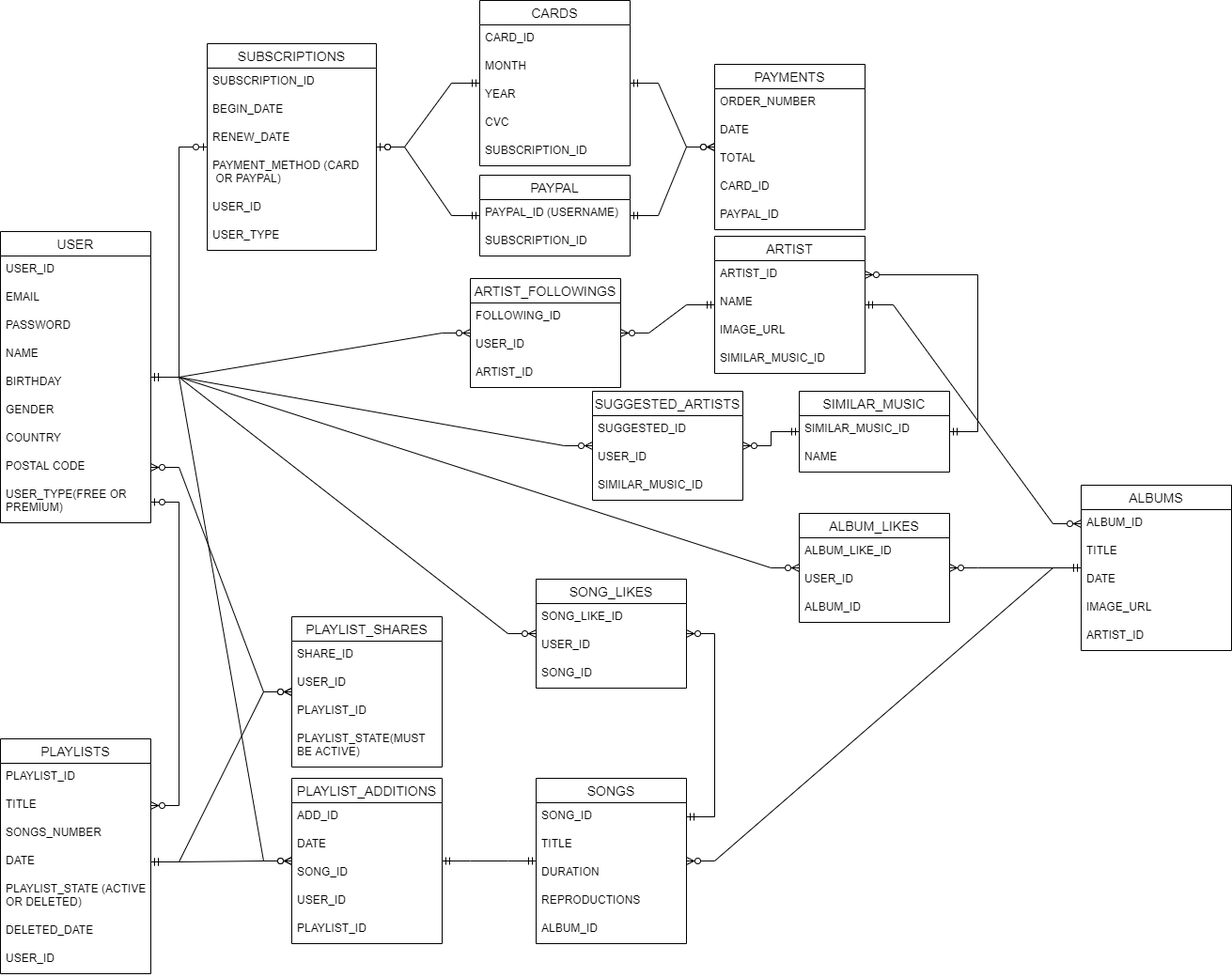
oscarvargas4/itacademy-sprint2-datastructure keeps this draw.io diagram as Estructura de dades - MySQL/spotify/spotify_diagram.png. Above is the earlier version. Source tidied: cells renumbered, new cells last; positions are measured from the earlier drawing's top-left corner, leaving out a move shared by most shapes.
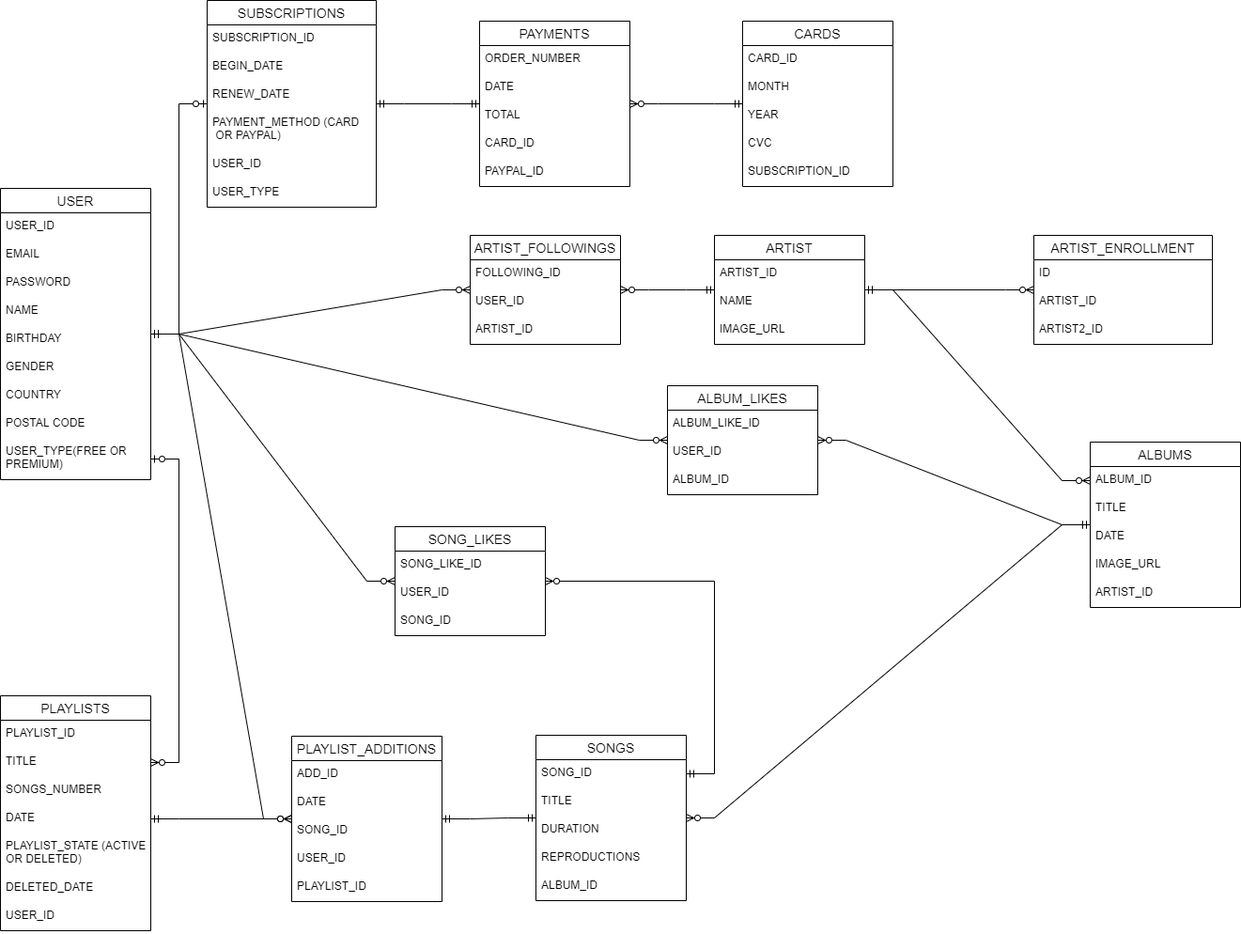
Above is the later version.

Change to the diagram source:
```diff
@@ -54,7 +54,7 @@
       <mxGeometry y="190" width="180" height="30" as="geometry" />
     </mxCell>
     <mxCell id="19" value="PAYMENTS" style="swimlane;fontStyle=0;horizontal=1;startSize=26;align=center;fontSize=14;" parent="1" vertex="1">
-      <mxGeometry x="760" y="68" width="160" height="176" as="geometry" />
+      <mxGeometry x="510" y="68" width="160" height="176" as="geometry" />
     </mxCell>
     <mxCell id="20" value="ORDER_NUMBER" style="text;strokeColor=none;fillColor=none;spacingLeft=4;spacingRight=4;overflow=hidden;fontSize=12;" parent="19" vertex="1">
       <mxGeometry y="26" width="160" height="30" as="geometry" />
@@ -72,7 +72,7 @@
       <mxGeometry y="146" width="160" height="30" as="geometry" />
     </mxCell>
     <mxCell id="25" value="CARDS" style="swimlane;fontStyle=0;horizontal=1;startSize=26;align=center;fontSize=14;" parent="1" vertex="1">
-      <mxGeometry x="510" width="160" height="176" as="geometry" />
+      <mxGeometry x="790" y="68" width="160" height="176" as="geometry" />
     </mxCell>
     <mxCell id="26" value="CARD_ID" style="text;strokeColor=none;fillColor=none;spacingLeft=4;spacingRight=4;overflow=hidden;fontSize=12;" parent="25" vertex="1">
       <mxGeometry y="26" width="160" height="30" as="geometry" />
@@ -89,27 +89,9 @@
     <mxCell id="30" value="SUBSCRIPTION_ID" style="text;strokeColor=none;fillColor=none;spacingLeft=4;spacingRight=4;overflow=hidden;fontSize=12;" parent="25" vertex="1">
       <mxGeometry y="146" width="160" height="30" as="geometry" />
     </mxCell>
-    <mxCell id="31" value="PAYPAL" style="swimlane;fontStyle=0;horizontal=1;startSize=26;align=center;fontSize=14;" parent="1" vertex="1">
-      <mxGeometry x="510" y="186" width="160" height="86" as="geometry" />
-    </mxCell>
-    <mxCell id="32" value="PAYPAL_ID (USERNAME)" style="text;strokeColor=none;fillColor=none;spacingLeft=4;spacingRight=4;overflow=hidden;fontSize=12;" parent="31" vertex="1">
-      <mxGeometry y="26" width="160" height="30" as="geometry" />
-    </mxCell>
-    <mxCell id="33" value="SUBSCRIPTION_ID" style="text;strokeColor=none;fillColor=none;spacingLeft=4;spacingRight=4;overflow=hidden;fontSize=12;" parent="31" vertex="1">
-      <mxGeometry y="56" width="160" height="30" as="geometry" />
-    </mxCell>
-    <mxCell id="34" style="edgeStyle=entityRelationEdgeStyle;fontSize=12;html=1;endArrow=ERzeroToOne;startArrow=ERmandOne;rounded=0;" parent="1" edge="1" source="25" target="12">
-      <mxGeometry relative="1" as="geometry" />
-    </mxCell>
-    <mxCell id="35" style="edgeStyle=entityRelationEdgeStyle;fontSize=12;html=1;endArrow=ERzeroToOne;startArrow=ERmandOne;rounded=0;" parent="1" edge="1" source="31" target="12">
-      <mxGeometry relative="1" as="geometry" />
-    </mxCell>
     <mxCell id="36" style="edgeStyle=entityRelationEdgeStyle;fontSize=12;html=1;endArrow=ERzeroToMany;startArrow=ERmandOne;rounded=0;" parent="1" edge="1" source="25" target="19">
       <mxGeometry relative="1" as="geometry" />
     </mxCell>
-    <mxCell id="37" style="edgeStyle=entityRelationEdgeStyle;fontSize=12;html=1;endArrow=ERzeroToMany;startArrow=ERmandOne;rounded=0;" parent="1" edge="1" source="31" target="19">
-      <mxGeometry relative="1" as="geometry" />
-    </mxCell>
     <mxCell id="38" style="edgeStyle=entityRelationEdgeStyle;fontSize=12;html=1;endArrow=ERzeroToOne;startArrow=ERmandOne;rounded=0;" parent="1" edge="1" source="2" target="12">
       <mxGeometry relative="1" as="geometry" />
     </mxCell>
@@ -140,23 +122,8 @@
     <mxCell id="47" style="edgeStyle=entityRelationEdgeStyle;fontSize=12;html=1;endArrow=ERzeroToMany;startArrow=ERzeroToOne;rounded=0;entryX=1;entryY=0.5;entryDx=0;entryDy=0;" parent="1" edge="1" source="11" target="41">
       <mxGeometry relative="1" as="geometry" />
     </mxCell>
-    <mxCell id="48" value="PLAYLIST_SHARES" style="swimlane;fontStyle=0;horizontal=1;startSize=26;align=center;fontSize=14;" parent="1" vertex="1">
-      <mxGeometry x="310" y="656" width="160" height="160" as="geometry" />
-    </mxCell>
-    <mxCell id="49" value="SHARE_ID" style="text;strokeColor=none;fillColor=none;spacingLeft=4;spacingRight=4;overflow=hidden;fontSize=12;" parent="48" vertex="1">
-      <mxGeometry y="26" width="160" height="30" as="geometry" />
-    </mxCell>
-    <mxCell id="50" value="USER_ID" style="text;strokeColor=none;fillColor=none;spacingLeft=4;spacingRight=4;overflow=hidden;fontSize=12;" parent="48" vertex="1">
-      <mxGeometry y="56" width="160" height="30" as="geometry" />
-    </mxCell>
-    <mxCell id="51" value="PLAYLIST_ID" style="text;strokeColor=none;fillColor=none;spacingLeft=4;spacingRight=4;overflow=hidden;fontSize=12;" parent="48" vertex="1">
-      <mxGeometry y="86" width="160" height="30" as="geometry" />
-    </mxCell>
-    <mxCell id="52" value="PLAYLIST_STATE(MUST &#10;BE ACTIVE)" style="text;strokeColor=none;fillColor=none;spacingLeft=4;spacingRight=4;overflow=hidden;fontSize=12;" parent="48" vertex="1">
-      <mxGeometry y="116" width="160" height="44" as="geometry" />
-    </mxCell>
     <mxCell id="53" value="PLAYLIST_ADDITIONS" style="swimlane;fontStyle=0;horizontal=1;startSize=26;align=center;fontSize=14;" parent="1" vertex="1">
-      <mxGeometry x="310" y="828" width="160" height="176" as="geometry" />
+      <mxGeometry x="310" y="829" width="160" height="176" as="geometry" />
     </mxCell>
     <mxCell id="54" value="ADD_ID" style="text;strokeColor=none;fillColor=none;spacingLeft=4;spacingRight=4;overflow=hidden;fontSize=12;" parent="53" vertex="1">
       <mxGeometry y="26" width="160" height="30" as="geometry" />
@@ -173,20 +140,14 @@
     <mxCell id="58" value="PLAYLIST_ID" style="text;strokeColor=none;fillColor=none;spacingLeft=4;spacingRight=4;overflow=hidden;fontSize=12;" parent="53" vertex="1">
       <mxGeometry y="146" width="160" height="30" as="geometry" />
     </mxCell>
-    <mxCell id="59" style="edgeStyle=entityRelationEdgeStyle;fontSize=12;html=1;endArrow=ERzeroToMany;endFill=1;startArrow=ERzeroToMany;rounded=0;" parent="1" edge="1" source="10" target="48">
-      <mxGeometry relative="1" as="geometry" />
-    </mxCell>
     <mxCell id="60" style="edgeStyle=entityRelationEdgeStyle;fontSize=12;html=1;endArrow=ERzeroToMany;startArrow=ERmandOne;rounded=0;exitX=1;exitY=0.5;exitDx=0;exitDy=0;" parent="1" edge="1" source="43" target="53">
       <mxGeometry relative="1" as="geometry" />
     </mxCell>
     <mxCell id="61" style="edgeStyle=entityRelationEdgeStyle;fontSize=12;html=1;endArrow=ERzeroToMany;startArrow=ERmandOne;rounded=0;" parent="1" edge="1" source="2" target="53">
       <mxGeometry relative="1" as="geometry" />
     </mxCell>
-    <mxCell id="62" style="edgeStyle=entityRelationEdgeStyle;fontSize=12;html=1;endArrow=ERzeroToMany;startArrow=ERmandOne;rounded=0;exitX=1;exitY=0.5;exitDx=0;exitDy=0;" parent="1" edge="1" source="43" target="48">
-      <mxGeometry relative="1" as="geometry" />
-    </mxCell>
     <mxCell id="63" value="ALBUMS" style="swimlane;fontStyle=0;horizontal=1;startSize=26;align=center;fontSize=14;" parent="1" vertex="1">
-      <mxGeometry x="1150" y="516" width="160" height="176" as="geometry" />
+      <mxGeometry x="1160" y="516" width="160" height="176" as="geometry" />
     </mxCell>
     <mxCell id="64" value="ALBUM_ID" style="text;strokeColor=none;fillColor=none;spacingLeft=4;spacingRight=4;overflow=hidden;points=[[0,0.5],[1,0.5]];portConstraint=eastwest;fontSize=12;" parent="63" vertex="1">
       <mxGeometry y="26" width="160" height="30" as="geometry" />
@@ -222,7 +183,7 @@
       <mxGeometry y="146" width="160" height="30" as="geometry" />
     </mxCell>
     <mxCell id="75" value="ARTIST" style="swimlane;fontStyle=0;horizontal=1;startSize=26;align=center;fontSize=14;" parent="1" vertex="1">
-      <mxGeometry x="760" y="251" width="160" height="146" as="geometry" />
+      <mxGeometry x="760" y="296" width="160" height="116" as="geometry" />
     </mxCell>
     <mxCell id="76" value="ARTIST_ID" style="text;strokeColor=none;fillColor=none;spacingLeft=4;spacingRight=4;overflow=hidden;points=[[0,0.5],[1,0.5]];portConstraint=eastwest;fontSize=12;" parent="75" vertex="1">
       <mxGeometry y="26" width="160" height="30" as="geometry" />
@@ -233,9 +194,6 @@
     <mxCell id="78" value="IMAGE_URL" style="text;strokeColor=none;fillColor=none;spacingLeft=4;spacingRight=4;overflow=hidden;fontSize=12;" parent="75" vertex="1">
       <mxGeometry y="86" width="160" height="30" as="geometry" />
     </mxCell>
-    <mxCell id="79" value="SIMILAR_MUSIC_ID" style="text;strokeColor=none;fillColor=none;spacingLeft=4;spacingRight=4;overflow=hidden;fontSize=12;" parent="75" vertex="1">
-      <mxGeometry y="116" width="160" height="30" as="geometry" />
-    </mxCell>
     <mxCell id="80" style="edgeStyle=entityRelationEdgeStyle;fontSize=12;html=1;endArrow=ERmandOne;startArrow=ERmandOne;rounded=0;" parent="1" edge="1" source="53" target="69">
       <mxGeometry relative="1" as="geometry" />
     </mxCell>
@@ -263,20 +221,8 @@
     <mxCell id="88" style="edgeStyle=entityRelationEdgeStyle;fontSize=12;html=1;endArrow=ERzeroToMany;startArrow=ERmandOne;rounded=0;" parent="1" edge="1" source="2" target="83">
       <mxGeometry relative="1" as="geometry" />
     </mxCell>
-    <mxCell id="89" value="SIMILAR_MUSIC" style="swimlane;fontStyle=0;horizontal=1;startSize=26;align=center;fontSize=14;" parent="1" vertex="1">
-      <mxGeometry x="850" y="416" width="160" height="86" as="geometry" />
-    </mxCell>
-    <mxCell id="90" value="SIMILAR_MUSIC_ID" style="text;strokeColor=none;fillColor=none;spacingLeft=4;spacingRight=4;overflow=hidden;fontSize=12;" parent="89" vertex="1">
-      <mxGeometry y="26" width="160" height="30" as="geometry" />
-    </mxCell>
-    <mxCell id="91" value="NAME" style="text;strokeColor=none;fillColor=none;spacingLeft=4;spacingRight=4;overflow=hidden;fontSize=12;" parent="89" vertex="1">
-      <mxGeometry y="56" width="160" height="30" as="geometry" />
-    </mxCell>
-    <mxCell id="92" style="edgeStyle=entityRelationEdgeStyle;fontSize=12;html=1;endArrow=ERzeroToMany;startArrow=ERmandOne;rounded=0;" parent="1" edge="1" source="89" target="76">
-      <mxGeometry relative="1" as="geometry" />
-    </mxCell>
     <mxCell id="93" value="SONG_LIKES" style="swimlane;fontStyle=0;horizontal=1;startSize=26;align=center;fontSize=14;" parent="1" vertex="1">
-      <mxGeometry x="570" y="616" width="160" height="116" as="geometry" />
+      <mxGeometry x="420" y="606" width="160" height="116" as="geometry" />
     </mxCell>
     <mxCell id="94" value="SONG_LIKE_ID" style="text;strokeColor=none;fillColor=none;spacingLeft=4;spacingRight=4;overflow=hidden;fontSize=12;" parent="93" vertex="1">
       <mxGeometry y="26" width="160" height="30" as="geometry" />
@@ -294,7 +240,7 @@
       <mxGeometry relative="1" as="geometry" />
     </mxCell>
     <mxCell id="99" value="ALBUM_LIKES" style="swimlane;fontStyle=0;horizontal=1;startSize=26;align=center;fontSize=14;" parent="1" vertex="1">
-      <mxGeometry x="850" y="546" width="160" height="116" as="geometry" />
+      <mxGeometry x="710" y="456" width="160" height="116" as="geometry" />
     </mxCell>
     <mxCell id="100" value="ALBUM_LIKE_ID" style="text;strokeColor=none;fillColor=none;spacingLeft=4;spacingRight=4;overflow=hidden;fontSize=12;" parent="99" vertex="1">
       <mxGeometry y="26" width="160" height="30" as="geometry" />
@@ -311,23 +257,23 @@
     <mxCell id="104" style="edgeStyle=entityRelationEdgeStyle;fontSize=12;html=1;endArrow=ERzeroToMany;startArrow=ERmandOne;rounded=0;" parent="1" edge="1" source="63" target="99">
       <mxGeometry relative="1" as="geometry" />
     </mxCell>
-    <mxCell id="105" value="SUGGESTED_ARTISTS" style="swimlane;fontStyle=0;horizontal=1;startSize=26;align=center;fontSize=14;" parent="1" vertex="1">
-      <mxGeometry x="630" y="416" width="160" height="116" as="geometry" />
+    <mxCell id="105" value="ARTIST_ENROLLMENT" style="swimlane;fontStyle=0;horizontal=1;startSize=26;align=center;fontSize=14;" parent="1" vertex="1">
+      <mxGeometry x="1100" y="296" width="190" height="116" as="geometry" />
     </mxCell>
-    <mxCell id="106" value="SUGGESTED_ID" style="text;strokeColor=none;fillColor=none;spacingLeft=4;spacingRight=4;overflow=hidden;fontSize=12;" parent="105" vertex="1">
-      <mxGeometry y="26" width="160" height="30" as="geometry" />
+    <mxCell id="106" value="ID" style="text;strokeColor=none;fillColor=none;spacingLeft=4;spacingRight=4;overflow=hidden;fontSize=12;" parent="105" vertex="1">
+      <mxGeometry y="26" width="190" height="30" as="geometry" />
     </mxCell>
-    <mxCell id="107" value="USER_ID" style="text;strokeColor=none;fillColor=none;spacingLeft=4;spacingRight=4;overflow=hidden;fontSize=12;" parent="105" vertex="1">
-      <mxGeometry y="56" width="160" height="30" as="geometry" />
+    <mxCell id="107" value="ARTIST_ID" style="text;strokeColor=none;fillColor=none;spacingLeft=4;spacingRight=4;overflow=hidden;fontSize=12;" parent="105" vertex="1">
+      <mxGeometry y="56" width="190" height="30" as="geometry" />
     </mxCell>
-    <mxCell id="108" value="SIMILAR_MUSIC_ID" style="text;strokeColor=none;fillColor=none;spacingLeft=4;spacingRight=4;overflow=hidden;fontSize=12;" parent="105" vertex="1">
-      <mxGeometry y="86" width="160" height="30" as="geometry" />
+    <mxCell id="108" value="ARTIST2_ID" style="text;strokeColor=none;fillColor=none;spacingLeft=4;spacingRight=4;overflow=hidden;fontSize=12;" parent="105" vertex="1">
+      <mxGeometry y="86" width="190" height="30" as="geometry" />
     </mxCell>
-    <mxCell id="109" style="edgeStyle=entityRelationEdgeStyle;fontSize=12;html=1;endArrow=ERzeroToMany;startArrow=ERmandOne;rounded=0;" parent="1" edge="1" source="89" target="105">
-      <mxGeometry relative="1" as="geometry" />
-    </mxCell>
-    <mxCell id="110" style="edgeStyle=entityRelationEdgeStyle;fontSize=12;html=1;endArrow=ERzeroToMany;startArrow=ERmandOne;rounded=0;" parent="1" edge="1" source="2" target="105">
-      <mxGeometry relative="1" as="geometry" />
-    </mxCell>
+    <mxCell id="111" style="edgeStyle=entityRelationEdgeStyle;fontSize=12;html=1;endArrow=ERzeroToMany;startArrow=ERmandOne;rounded=0;" parent="1" edge="1" source="75" target="105">
+      <mxGeometry relative="1" as="geometry" />
+    </mxCell>
+    <mxCell id="112" style="edgeStyle=entityRelationEdgeStyle;fontSize=12;html=1;endArrow=ERmandOne;startArrow=ERmandOne;rounded=0;" parent="1" edge="1" source="12" target="19">
+      <mxGeometry relative="1" as="geometry" />
+    </mxCell>
   </root>
 </mxGraphModel>
```
